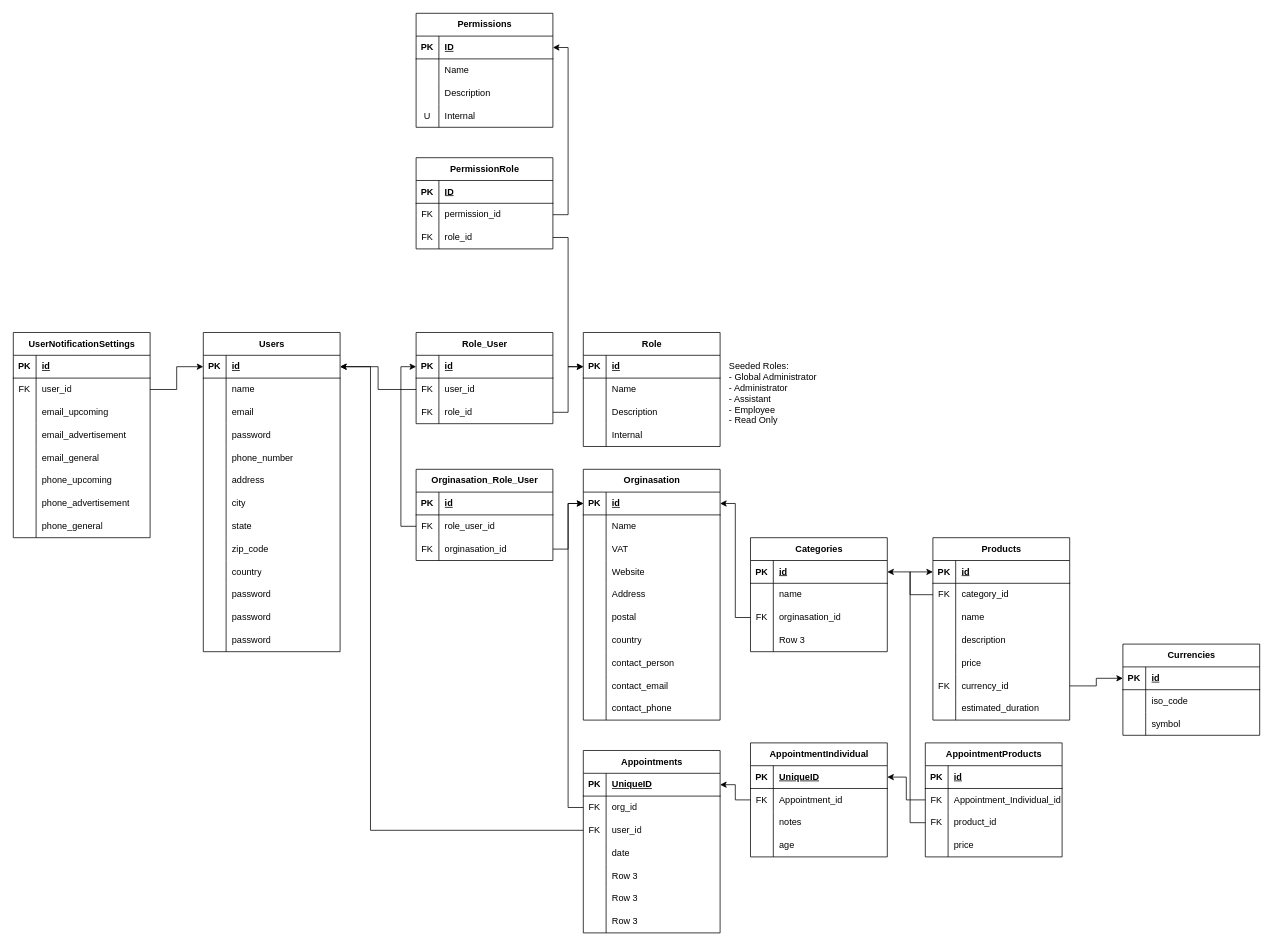
AniTexs/Netaxe keeps this draw.io diagram as Database Diagram.drawio. Above is the earlier version. Source tidied: cells renumbered, new cells numbered last; positions are measured from the earlier drawing's top-left corner, leaving out a move shared by most shapes. Both pictures are drawn from the tidied source at 76%, with x=0, y=0 at pixel (13, 13).
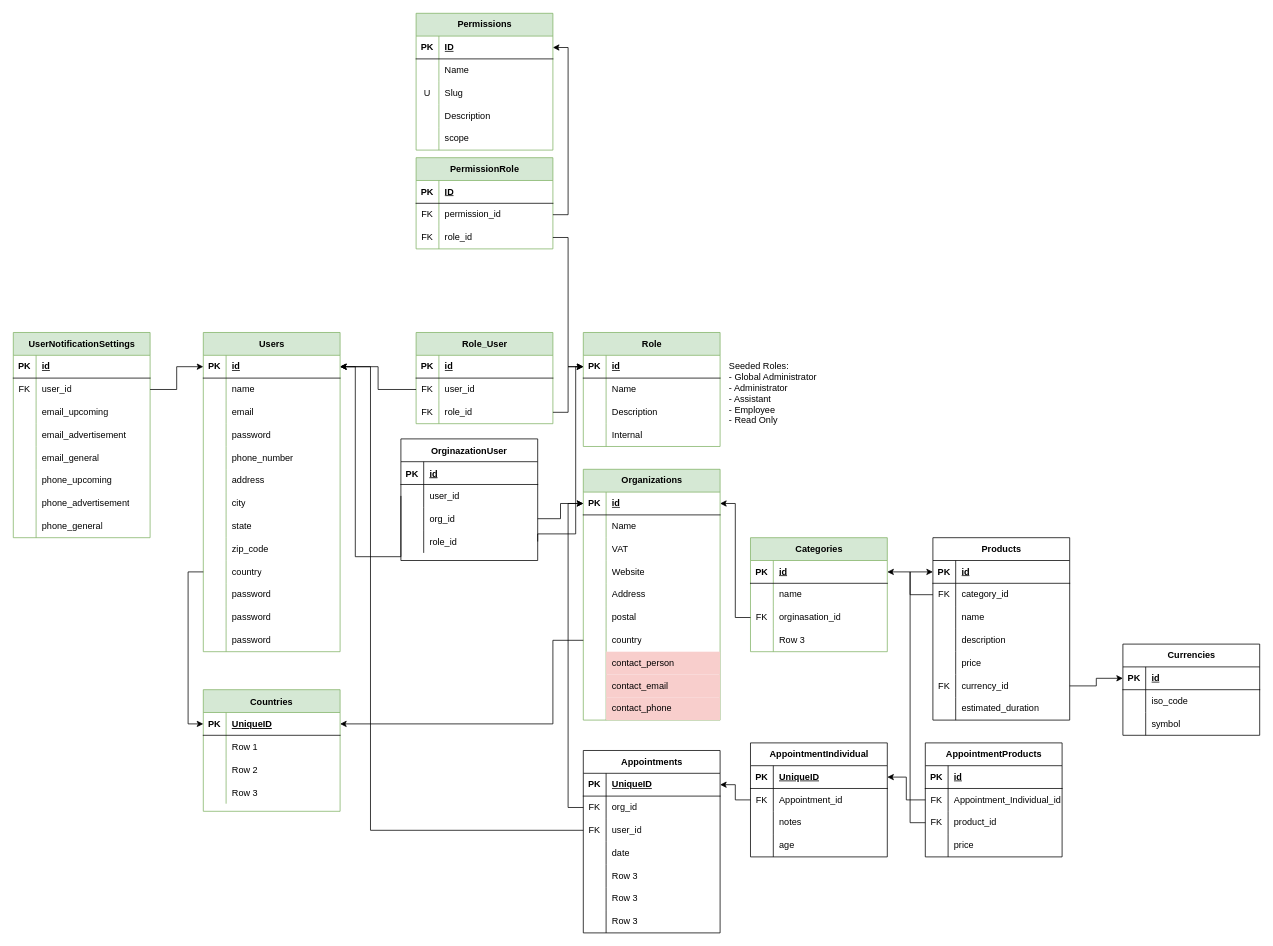
After the change.

Unchanged cells that the change refers to:
```xml
<mxCell id="3" style="shape=tableRow;horizontal=0;startSize=0;swimlaneHead=0;swimlaneBody=0;fillColor=none;points=[[0,0.5],[1,0.5]];portConstraint=eastwest;top=0;left=0;right=0;bottom=1;" parent="2" vertex="1">
  <mxGeometry y="30" width="180" height="30" as="geometry" />
</mxCell>
<mxCell id="30" style="shape=tableRow;horizontal=0;startSize=0;swimlaneHead=0;swimlaneBody=0;fillColor=none;points=[[0,0.5],[1,0.5]];portConstraint=eastwest;top=0;left=0;right=0;bottom=0;" parent="2" vertex="1">
  <mxGeometry y="300" width="180" height="30" as="geometry" />
</mxCell>
<mxCell id="43" style="shape=tableRow;horizontal=0;startSize=0;swimlaneHead=0;swimlaneBody=0;fillColor=none;points=[[0,0.5],[1,0.5]];portConstraint=eastwest;top=0;left=0;right=0;bottom=1;" parent="42" vertex="1">
  <mxGeometry y="30" width="180" height="30" as="geometry" />
</mxCell>
<mxCell id="61" style="shape=tableRow;horizontal=0;startSize=0;swimlaneHead=0;swimlaneBody=0;fillColor=none;points=[[0,0.5],[1,0.5]];portConstraint=eastwest;top=0;left=0;right=0;bottom=0;" parent="42" vertex="1">
  <mxGeometry y="210" width="180" height="30" as="geometry" />
</mxCell>
<mxCell id="64" style="shape=tableRow;horizontal=0;startSize=0;swimlaneHead=0;swimlaneBody=0;fillColor=none;top=0;left=0;right=0;bottom=0;" parent="42" vertex="1">
  <mxGeometry y="240" width="180" height="30" as="geometry" />
</mxCell>
<mxCell id="67" style="shape=tableRow;horizontal=0;startSize=0;swimlaneHead=0;swimlaneBody=0;fillColor=none;top=0;left=0;right=0;bottom=0;" parent="42" vertex="1">
  <mxGeometry y="270" width="180" height="30" as="geometry" />
</mxCell>
<mxCell id="70" style="shape=tableRow;horizontal=0;startSize=0;swimlaneHead=0;swimlaneBody=0;fillColor=none;top=0;left=0;right=0;bottom=0;" parent="42" vertex="1">
  <mxGeometry y="300" width="180" height="30" as="geometry" />
</mxCell>
<mxCell id="74" style="shape=tableRow;horizontal=0;startSize=0;swimlaneHead=0;swimlaneBody=0;fillColor=none;points=[[0,0.5],[1,0.5]];portConstraint=eastwest;top=0;left=0;right=0;bottom=1;" parent="73" vertex="1">
  <mxGeometry y="30" width="180" height="30" as="geometry" />
</mxCell>
<mxCell id="109" style="shape=tableRow;horizontal=0;startSize=0;swimlaneHead=0;swimlaneBody=0;fillColor=none;points=[[0,0.5],[1,0.5]];portConstraint=eastwest;top=0;left=0;right=0;bottom=1;" parent="108" vertex="1">
  <mxGeometry y="30" width="180" height="30" as="geometry" />
</mxCell>
```

The edit, as a diff of the source:
```diff
@@
-    <mxCell id="2" value="Users" style="shape=table;startSize=30;childLayout=tableLayout;rowLines=0;fontStyle=1;align=center;html=1;" parent="1" vertex="1">
+    <mxCell id="2" value="Users" style="shape=table;startSize=30;childLayout=tableLayout;rowLines=0;fontStyle=1;align=center;html=1;fillColor=#d5e8d4;strokeColor=#82b366;" parent="1" vertex="1">
       <mxGeometry x="250" y="420" width="180" height="420" as="geometry" />
     </mxCell>
@@
-    <mxCell id="42" value="Orginasation" style="shape=table;startSize=30;childLayout=tableLayout;rowLines=0;fontStyle=1;align=center;html=1;" parent="1" vertex="1">
+    <mxCell id="42" value="Organizations" style="shape=table;startSize=30;childLayout=tableLayout;rowLines=0;fontStyle=1;align=center;html=1;fillColor=#d5e8d4;strokeColor=#82b366;" parent="1" vertex="1">
       <mxGeometry x="750" y="600" width="180" height="330" as="geometry" />
     </mxCell>
@@
-    <mxCell id="66" value="contact_person" style="shape=partialRectangle;fillColor=none;top=0;left=0;bottom=0;right=0;align=left;spacingLeft=6;overflow=hidden;whiteSpace=wrap;html=1;" parent="64" vertex="1">
+    <mxCell id="66" value="contact_person" style="shape=partialRectangle;fillColor=#f8cecc;top=0;left=0;bottom=0;right=0;align=left;spacingLeft=6;overflow=hidden;whiteSpace=wrap;html=1;strokeColor=#b85450;" parent="64" vertex="1">
       <mxGeometry x="30" width="150" height="30" as="geometry" />
     </mxCell>
@@
-    <mxCell id="69" value="contact_email" style="shape=partialRectangle;fillColor=none;top=0;left=0;bottom=0;right=0;align=left;spacingLeft=6;overflow=hidden;whiteSpace=wrap;html=1;" parent="67" vertex="1">
+    <mxCell id="69" value="contact_email" style="shape=partialRectangle;fillColor=#f8cecc;top=0;left=0;bottom=0;right=0;align=left;spacingLeft=6;overflow=hidden;whiteSpace=wrap;html=1;strokeColor=#b85450;" parent="67" vertex="1">
       <mxGeometry x="30" width="150" height="30" as="geometry" />
     </mxCell>
@@
-    <mxCell id="72" value="contact_phone" style="shape=partialRectangle;fillColor=none;top=0;left=0;bottom=0;right=0;align=left;spacingLeft=6;overflow=hidden;whiteSpace=wrap;html=1;" parent="70" vertex="1">
+    <mxCell id="72" value="contact_phone" style="shape=partialRectangle;fillColor=#f8cecc;top=0;left=0;bottom=0;right=0;align=left;spacingLeft=6;overflow=hidden;whiteSpace=wrap;html=1;strokeColor=#b85450;" parent="70" vertex="1">
       <mxGeometry x="30" width="150" height="30" as="geometry" />
     </mxCell>
-    <mxCell id="73" value="Role_User" style="shape=table;startSize=30;childLayout=tableLayout;rowLines=0;fontStyle=1;align=center;html=1;" parent="1" vertex="1">
+    <mxCell id="73" value="Role_User" style="shape=table;startSize=30;childLayout=tableLayout;rowLines=0;fontStyle=1;align=center;html=1;fillColor=#d5e8d4;strokeColor=#82b366;" parent="1" vertex="1">
       <mxGeometry x="530" y="420" width="180" height="120" as="geometry" />
     </mxCell>
@@
-    <mxCell id="84" value="PermissionRole" style="shape=table;startSize=30;childLayout=tableLayout;rowLines=0;fontStyle=1;align=center;html=1;" parent="1" vertex="1">
+    <mxCell id="84" value="PermissionRole" style="shape=table;startSize=30;childLayout=tableLayout;rowLines=0;fontStyle=1;align=center;html=1;fillColor=#d5e8d4;strokeColor=#82b366;" parent="1" vertex="1">
       <mxGeometry x="530" y="190" width="180" height="120" as="geometry" />
     </mxCell>
@@
-    <mxCell id="94" value="Permissions" style="shape=table;startSize=30;childLayout=tableLayout;rowLines=0;fontStyle=1;align=center;html=1;" parent="1" vertex="1">
-      <mxGeometry x="530" width="180" height="150" as="geometry" />
+    <mxCell id="94" value="Permissions" style="shape=table;startSize=30;childLayout=tableLayout;rowLines=0;fontStyle=1;align=center;html=1;fillColor=#d5e8d4;strokeColor=#82b366;" parent="1" vertex="1">
+      <mxGeometry x="530" width="180" height="180" as="geometry" />
     </mxCell>
@@
+    <mxCell id="130" style="shape=tableRow;horizontal=0;startSize=0;swimlaneHead=0;swimlaneBody=0;fillColor=none;points=[[0,0.5],[1,0.5]];portConstraint=eastwest;top=0;left=0;right=0;bottom=0;" parent="94" vertex="1">
+      <mxGeometry y="90" width="180" height="30" as="geometry" />
+    </mxCell>
+    <mxCell id="105" value="U" style="shape=partialRectangle;fillColor=none;top=0;left=0;bottom=0;right=0;overflow=hidden;whiteSpace=wrap;html=1;" parent="130" vertex="1">
+      <mxGeometry width="30" height="30" as="geometry" />
+    </mxCell>
+    <mxCell id="263" value="Slug" style="shape=partialRectangle;fillColor=none;top=0;left=0;bottom=0;right=0;align=left;spacingLeft=6;overflow=hidden;whiteSpace=wrap;html=1;" parent="130" vertex="1">
+      <mxGeometry x="30" width="150" height="30" as="geometry" />
+    </mxCell>
     <mxCell id="101" style="shape=tableRow;horizontal=0;startSize=0;swimlaneHead=0;swimlaneBody=0;fillColor=none;top=0;left=0;right=0;bottom=0;" parent="94" vertex="1">
-      <mxGeometry y="90" width="180" height="30" as="geometry" />
+      <mxGeometry y="120" width="180" height="30" as="geometry" />
     </mxCell>
@@
-    <mxCell id="104" style="shape=tableRow;horizontal=0;startSize=0;swimlaneHead=0;swimlaneBody=0;fillColor=none;top=0;left=0;right=0;bottom=0;" parent="94" vertex="1">
-      <mxGeometry y="120" width="180" height="30" as="geometry" />
-    </mxCell>
-    <mxCell id="105" value="U" style="shape=partialRectangle;fillColor=none;top=0;left=0;bottom=0;right=0;overflow=hidden;whiteSpace=wrap;html=1;" parent="104" vertex="1">
-      <mxGeometry width="30" height="30" as="geometry" />
-    </mxCell>
-    <mxCell id="106" value="Internal" style="shape=partialRectangle;fillColor=none;top=0;left=0;bottom=0;right=0;align=left;spacingLeft=6;overflow=hidden;whiteSpace=wrap;html=1;" parent="104" vertex="1">
-      <mxGeometry x="30" width="150" height="30" as="geometry" />
-    </mxCell>
+    <mxCell id="264" style="shape=tableRow;horizontal=0;startSize=0;swimlaneHead=0;swimlaneBody=0;fillColor=none;top=0;left=0;right=0;bottom=0;" parent="94" vertex="1">
+      <mxGeometry y="150" width="180" height="30" as="geometry" />
+    </mxCell>
+    <mxCell id="265" style="shape=partialRectangle;fillColor=none;top=0;left=0;bottom=0;right=0;overflow=hidden;whiteSpace=wrap;html=1;" parent="264" vertex="1">
+      <mxGeometry width="30" height="30" as="geometry" />
+    </mxCell>
+    <mxCell id="266" value="scope" style="shape=partialRectangle;fillColor=none;top=0;left=0;bottom=0;right=0;align=left;spacingLeft=6;overflow=hidden;whiteSpace=wrap;html=1;" parent="264" vertex="1">
+      <mxGeometry x="30" width="150" height="30" as="geometry" />
+    </mxCell>
@@
-    <mxCell id="108" value="Role" style="shape=table;startSize=30;childLayout=tableLayout;rowLines=0;fontStyle=1;align=center;html=1;" parent="1" vertex="1">
+    <mxCell id="108" value="Role" style="shape=table;startSize=30;childLayout=tableLayout;rowLines=0;fontStyle=1;align=center;html=1;fillColor=#d5e8d4;strokeColor=#82b366;" parent="1" vertex="1">
       <mxGeometry x="750" y="420" width="180" height="150" as="geometry" />
     </mxCell>
@@
-    <mxCell id="123" value="Orginasation_Role_User" style="shape=table;startSize=30;childLayout=tableLayout;rowLines=0;fontStyle=1;align=center;html=1;" parent="1" vertex="1">
-      <mxGeometry x="530" y="600" width="180" height="120" as="geometry" />
-    </mxCell>
-    <mxCell id="124" style="shape=tableRow;horizontal=0;startSize=0;swimlaneHead=0;swimlaneBody=0;fillColor=none;top=0;left=0;right=0;bottom=1;" parent="123" vertex="1">
-      <mxGeometry y="30" width="180" height="30" as="geometry" />
-    </mxCell>
-    <mxCell id="125" value="PK" style="shape=partialRectangle;fillColor=none;top=0;left=0;bottom=0;right=0;fontStyle=1;overflow=hidden;whiteSpace=wrap;html=1;" parent="124" vertex="1">
-      <mxGeometry width="30" height="30" as="geometry" />
-    </mxCell>
-    <mxCell id="126" value="id" style="shape=partialRectangle;fillColor=none;top=0;left=0;bottom=0;right=0;align=left;spacingLeft=6;fontStyle=5;overflow=hidden;whiteSpace=wrap;html=1;" parent="124" vertex="1">
-      <mxGeometry x="30" width="150" height="30" as="geometry" />
-    </mxCell>
-    <mxCell id="127" style="shape=tableRow;horizontal=0;startSize=0;swimlaneHead=0;swimlaneBody=0;fillColor=none;points=[[0,0.5],[1,0.5]];portConstraint=eastwest;top=0;left=0;right=0;bottom=0;" parent="123" vertex="1">
-      <mxGeometry y="60" width="180" height="30" as="geometry" />
-    </mxCell>
-    <mxCell id="128" value="FK" style="shape=partialRectangle;fillColor=none;top=0;left=0;bottom=0;right=0;overflow=hidden;whiteSpace=wrap;html=1;" parent="127" vertex="1">
-      <mxGeometry width="30" height="30" as="geometry" />
-    </mxCell>
-    <mxCell id="129" value="role_user_id" style="shape=partialRectangle;fillColor=none;top=0;left=0;bottom=0;right=0;align=left;spacingLeft=6;overflow=hidden;whiteSpace=wrap;html=1;" parent="127" vertex="1">
-      <mxGeometry x="30" width="150" height="30" as="geometry" />
-    </mxCell>
-    <mxCell id="130" style="shape=tableRow;horizontal=0;startSize=0;swimlaneHead=0;swimlaneBody=0;fillColor=none;points=[[0,0.5],[1,0.5]];portConstraint=eastwest;top=0;left=0;right=0;bottom=0;" parent="123" vertex="1">
-      <mxGeometry y="90" width="180" height="30" as="geometry" />
-    </mxCell>
-    <mxCell id="131" value="FK" style="shape=partialRectangle;fillColor=none;top=0;left=0;bottom=0;right=0;overflow=hidden;whiteSpace=wrap;html=1;" parent="130" vertex="1">
-      <mxGeometry width="30" height="30" as="geometry" />
-    </mxCell>
-    <mxCell id="132" value="orginasation_id" style="shape=partialRectangle;fillColor=none;top=0;left=0;bottom=0;right=0;align=left;spacingLeft=6;overflow=hidden;whiteSpace=wrap;html=1;" parent="130" vertex="1">
-      <mxGeometry x="30" width="150" height="30" as="geometry" />
-    </mxCell>
-    <mxCell id="133" style="edgeStyle=orthogonalEdgeStyle;rounded=0;jettySize=auto;html=1;exitX=0;exitY=0.5;exitDx=0;exitDy=0;entryX=0;entryY=0.5;entryDx=0;entryDy=0;" parent="1" edge="1" source="127" target="74">
-      <mxGeometry relative="1" as="geometry" />
-    </mxCell>
-    <mxCell id="134" style="edgeStyle=orthogonalEdgeStyle;rounded=0;jettySize=auto;html=1;exitX=1;exitY=0.5;exitDx=0;exitDy=0;entryX=0;entryY=0.5;entryDx=0;entryDy=0;" parent="1" edge="1" source="130" target="43">
-      <mxGeometry relative="1" as="geometry" />
-    </mxCell>
@@
-    <mxCell id="158" value="UserNotificationSettings" style="shape=table;startSize=30;childLayout=tableLayout;rowLines=0;fontStyle=1;align=center;html=1;" parent="1" vertex="1">
+    <mxCell id="158" value="UserNotificationSettings" style="shape=table;startSize=30;childLayout=tableLayout;rowLines=0;fontStyle=1;align=center;html=1;fillColor=#d5e8d4;strokeColor=#82b366;" parent="1" vertex="1">
       <mxGeometry y="420" width="180" height="270" as="geometry" />
     </mxCell>
@@
-    <mxCell id="184" value="Categories" style="shape=table;startSize=30;childLayout=tableLayout;rowLines=0;fontStyle=1;align=center;html=1;" parent="1" vertex="1">
+    <mxCell id="184" value="Categories" style="shape=table;startSize=30;childLayout=tableLayout;rowLines=0;fontStyle=1;align=center;html=1;fillColor=#d5e8d4;strokeColor=#82b366;" parent="1" vertex="1">
       <mxGeometry x="970" y="690" width="180" height="150" as="geometry" />
     </mxCell>
@@
+    <mxCell id="267" value="Countries" style="shape=table;startSize=30;childLayout=tableLayout;rowLines=0;fontStyle=1;align=center;fillColor=#d5e8d4;strokeColor=#82b366;" parent="1" vertex="1">
+      <mxGeometry x="250" y="890" width="180" height="160" as="geometry" />
+    </mxCell>
+    <mxCell id="268" style="shape=partialRectangle;fillColor=none;top=0;left=0;bottom=1;right=0;points=[[0,0.5],[1,0.5]];portConstraint=eastwest;" parent="267" vertex="1">
+      <mxGeometry y="30" width="180" height="30" as="geometry" />
+    </mxCell>
+    <mxCell id="269" value="PK" style="shape=partialRectangle;fillColor=none;top=0;left=0;bottom=0;right=0;fontStyle=1;overflow=hidden;" parent="268" vertex="1">
+      <mxGeometry width="30" height="30" as="geometry" />
+    </mxCell>
+    <mxCell id="270" value="UniqueID" style="shape=partialRectangle;fillColor=none;top=0;left=0;bottom=0;right=0;align=left;spacingLeft=6;fontStyle=5;overflow=hidden;" parent="268" vertex="1">
+      <mxGeometry x="30" width="150" height="30" as="geometry" />
+    </mxCell>
+    <mxCell id="271" style="shape=partialRectangle;fillColor=none;top=0;left=0;bottom=0;right=0;" parent="267" vertex="1">
+      <mxGeometry y="60" width="180" height="30" as="geometry" />
+    </mxCell>
+    <mxCell id="272" style="shape=partialRectangle;fillColor=none;top=0;left=0;bottom=0;right=0;overflow=hidden;" parent="271" vertex="1">
+      <mxGeometry width="30" height="30" as="geometry" />
+    </mxCell>
+    <mxCell id="273" value="Row 1" style="shape=partialRectangle;fillColor=none;top=0;left=0;bottom=0;right=0;align=left;spacingLeft=6;overflow=hidden;" parent="271" vertex="1">
+      <mxGeometry x="30" width="150" height="30" as="geometry" />
+    </mxCell>
+    <mxCell id="274" style="shape=partialRectangle;fillColor=none;top=0;left=0;bottom=0;right=0;" parent="267" vertex="1">
+      <mxGeometry y="90" width="180" height="30" as="geometry" />
+    </mxCell>
+    <mxCell id="275" style="shape=partialRectangle;fillColor=none;top=0;left=0;bottom=0;right=0;overflow=hidden;" parent="274" vertex="1">
+      <mxGeometry width="30" height="30" as="geometry" />
+    </mxCell>
+    <mxCell id="276" value="Row 2" style="shape=partialRectangle;fillColor=none;top=0;left=0;bottom=0;right=0;align=left;spacingLeft=6;overflow=hidden;" parent="274" vertex="1">
+      <mxGeometry x="30" width="150" height="30" as="geometry" />
+    </mxCell>
+    <mxCell id="277" style="shape=partialRectangle;fillColor=none;top=0;left=0;bottom=0;right=0;" parent="267" vertex="1">
+      <mxGeometry y="120" width="180" height="30" as="geometry" />
+    </mxCell>
+    <mxCell id="278" style="shape=partialRectangle;fillColor=none;top=0;left=0;bottom=0;right=0;overflow=hidden;" parent="277" vertex="1">
+      <mxGeometry width="30" height="30" as="geometry" />
+    </mxCell>
+    <mxCell id="279" value="Row 3" style="shape=partialRectangle;fillColor=none;top=0;left=0;bottom=0;right=0;align=left;spacingLeft=6;overflow=hidden;" parent="277" vertex="1">
+      <mxGeometry x="30" width="150" height="30" as="geometry" />
+    </mxCell>
+    <mxCell id="280" style="edgeStyle=orthogonalEdgeStyle;rounded=0;jettySize=auto;html=1;exitX=0;exitY=0.5;exitDx=0;exitDy=0;entryX=0;entryY=0.5;entryDx=0;entryDy=0;" parent="1" edge="1" source="30" target="268">
+      <mxGeometry relative="1" as="geometry" />
+    </mxCell>
+    <mxCell id="281" style="edgeStyle=orthogonalEdgeStyle;rounded=0;jettySize=auto;html=1;exitX=0;exitY=0.5;exitDx=0;exitDy=0;entryX=1;entryY=0.5;entryDx=0;entryDy=0;" parent="1" edge="1" source="61" target="268">
+      <mxGeometry relative="1" as="geometry">
+        <Array as="points">
+          <mxPoint x="710" y="825" />
+          <mxPoint x="710" y="935" />
+        </Array>
+      </mxGeometry>
+    </mxCell>
+    <mxCell id="282" value="OrginazationUser" style="shape=table;startSize=30;childLayout=tableLayout;rowLines=0;fontStyle=1;align=center;" parent="1" vertex="1">
+      <mxGeometry x="510" y="560" width="180" height="160" as="geometry" />
+    </mxCell>
+    <mxCell id="283" style="shape=partialRectangle;fillColor=none;top=0;left=0;bottom=1;right=0;" parent="282" vertex="1">
+      <mxGeometry y="30" width="180" height="30" as="geometry" />
+    </mxCell>
+    <mxCell id="284" value="PK" style="shape=partialRectangle;fillColor=none;top=0;left=0;bottom=0;right=0;fontStyle=1;overflow=hidden;" parent="283" vertex="1">
+      <mxGeometry width="30" height="30" as="geometry" />
+    </mxCell>
+    <mxCell id="126" value="id" style="shape=partialRectangle;fillColor=none;top=0;left=0;bottom=0;right=0;align=left;spacingLeft=6;fontStyle=5;overflow=hidden;" parent="283" vertex="1">
+      <mxGeometry x="30" width="150" height="30" as="geometry" />
+    </mxCell>
+    <mxCell id="285" style="shape=partialRectangle;fillColor=none;top=0;left=0;bottom=0;right=0;points=[[0,0.5],[1,0.5]];portConstraint=eastwest;" parent="282" vertex="1">
+      <mxGeometry y="60" width="180" height="30" as="geometry" />
+    </mxCell>
+    <mxCell id="286" style="shape=partialRectangle;fillColor=none;top=0;left=0;bottom=0;right=0;overflow=hidden;" parent="285" vertex="1">
+      <mxGeometry width="30" height="30" as="geometry" />
+    </mxCell>
+    <mxCell id="287" value="user_id" style="shape=partialRectangle;fillColor=none;top=0;left=0;bottom=0;right=0;align=left;spacingLeft=6;overflow=hidden;" parent="285" vertex="1">
+      <mxGeometry x="30" width="150" height="30" as="geometry" />
+    </mxCell>
+    <mxCell id="288" style="shape=partialRectangle;fillColor=none;top=0;left=0;bottom=0;right=0;points=[[0,0.5],[1,0.5]];portConstraint=eastwest;" parent="282" vertex="1">
+      <mxGeometry y="90" width="180" height="30" as="geometry" />
+    </mxCell>
+    <mxCell id="289" style="shape=partialRectangle;fillColor=none;top=0;left=0;bottom=0;right=0;overflow=hidden;" parent="288" vertex="1">
+      <mxGeometry width="30" height="30" as="geometry" />
+    </mxCell>
+    <mxCell id="290" value="org_id" style="shape=partialRectangle;fillColor=none;top=0;left=0;bottom=0;right=0;align=left;spacingLeft=6;overflow=hidden;" parent="288" vertex="1">
+      <mxGeometry x="30" width="150" height="30" as="geometry" />
+    </mxCell>
+    <mxCell id="291" style="shape=partialRectangle;fillColor=none;top=0;left=0;bottom=0;right=0;points=[[0,0.5],[1,0.5]];portConstraint=eastwest;" parent="282" vertex="1">
+      <mxGeometry y="120" width="180" height="30" as="geometry" />
+    </mxCell>
+    <mxCell id="292" style="shape=partialRectangle;fillColor=none;top=0;left=0;bottom=0;right=0;overflow=hidden;" parent="291" vertex="1">
+      <mxGeometry width="30" height="30" as="geometry" />
+    </mxCell>
+    <mxCell id="293" value="role_id" style="shape=partialRectangle;fillColor=none;top=0;left=0;bottom=0;right=0;align=left;spacingLeft=6;overflow=hidden;" parent="291" vertex="1">
+      <mxGeometry x="30" width="150" height="30" as="geometry" />
+    </mxCell>
+    <mxCell id="294" style="edgeStyle=orthogonalEdgeStyle;rounded=0;jettySize=auto;html=1;exitX=0;exitY=0.5;exitDx=0;exitDy=0;entryX=1;entryY=0.5;entryDx=0;entryDy=0;" parent="1" edge="1" source="285" target="3">
+      <mxGeometry relative="1" as="geometry">
+        <Array as="points">
+          <mxPoint x="450" y="715" />
+          <mxPoint x="450" y="465" />
+        </Array>
+      </mxGeometry>
+    </mxCell>
+    <mxCell id="295" style="edgeStyle=orthogonalEdgeStyle;rounded=0;jettySize=auto;html=1;exitX=1;exitY=0.5;exitDx=0;exitDy=0;entryX=0;entryY=0.5;entryDx=0;entryDy=0;" parent="1" edge="1" source="288" target="43">
+      <mxGeometry relative="1" as="geometry" />
+    </mxCell>
+    <mxCell id="296" style="edgeStyle=orthogonalEdgeStyle;rounded=0;jettySize=auto;html=1;exitX=1;exitY=0.5;exitDx=0;exitDy=0;entryX=0;entryY=0.5;entryDx=0;entryDy=0;" parent="1" edge="1" source="291" target="109">
+      <mxGeometry relative="1" as="geometry">
+        <Array as="points">
+          <mxPoint x="740" y="685" />
+          <mxPoint x="740" y="465" />
+        </Array>
+      </mxGeometry>
+    </mxCell>
```
